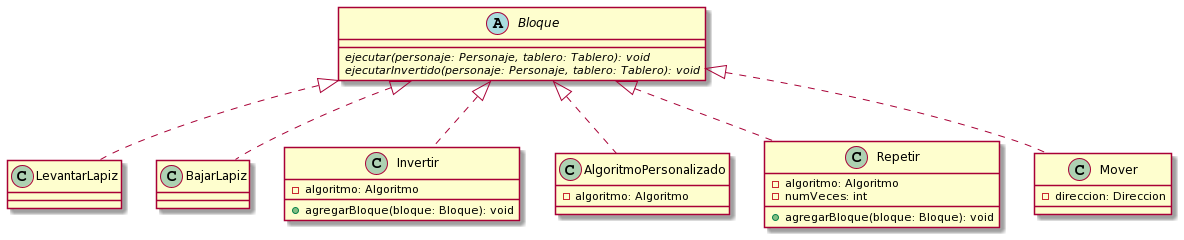
Before: Diagramas/DiagramaDeClasesBloques.png, a diagram exported from PlantUML (lucasbilo/TP2_T12_ALGO3). Its diagram source:
```plantuml
@startuml
abstract Bloque
Bloque <|.. LevantarLapiz
Bloque <|.. BajarLapiz
Bloque <|.. Invertir
Bloque <|.. AlgoritmoPersonalizado
Bloque <|.. Repetir
Bloque <|.. Mover

Bloque : {abstract} ejecutar(personaje: Personaje, tablero: Tablero): void
Bloque : {abstract} ejecutarInvertido(personaje: Personaje, tablero: Tablero): void

Mover : - direccion: Direccion

AlgoritmoPersonalizado : - algoritmo: Algoritmo

Invertir : - algoritmo: Algoritmo
Invertir : + agregarBloque(bloque: Bloque): void

Repetir : - algoritmo: Algoritmo
Repetir : - numVeces: int
Repetir : + agregarBloque(bloque: Bloque): void
@enduml
```
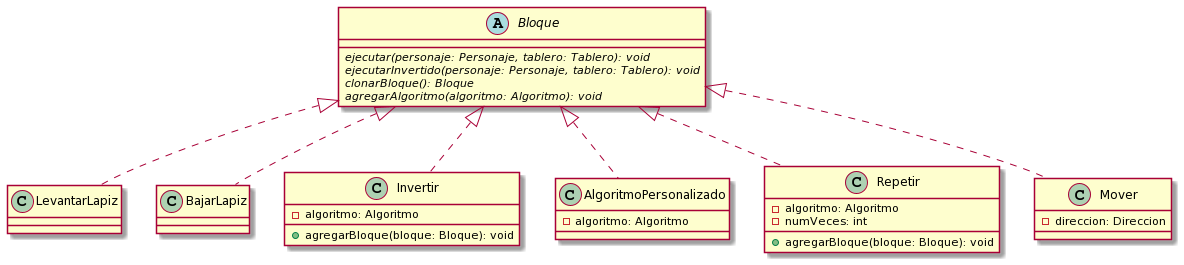
After the commit.

Diff of the diagram source:
```diff
@@ -9,7 +9,8 @@
 
 Bloque : {abstract} ejecutar(personaje: Personaje, tablero: Tablero): void
 Bloque : {abstract} ejecutarInvertido(personaje: Personaje, tablero: Tablero): void
-
+Bloque : {abstract} clonarBloque(): Bloque
+Bloque : {abstract} agregarAlgoritmo(algoritmo: Algoritmo): void
 Mover : - direccion: Direccion
 
 AlgoritmoPersonalizado : - algoritmo: Algoritmo
```
